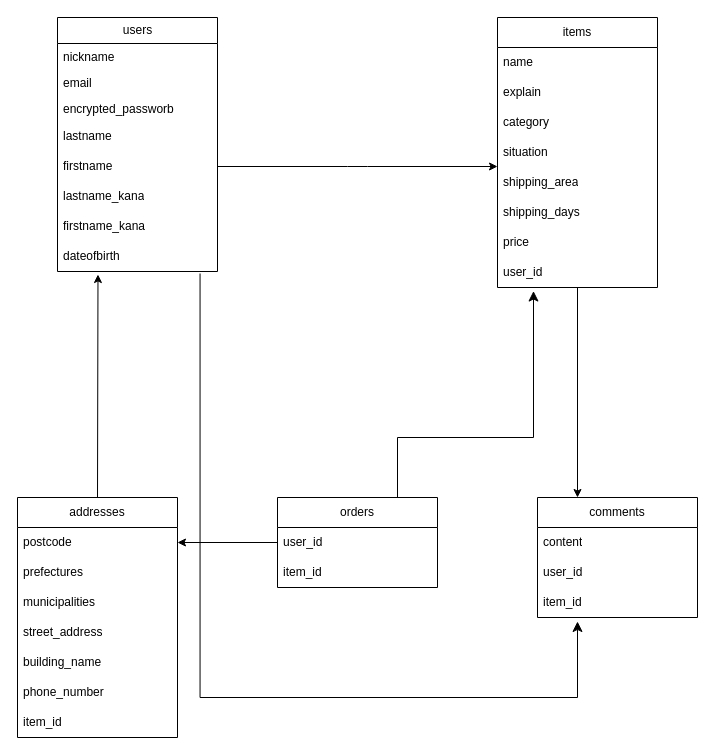
Before: furima.dio in Yoshidamouth/furima-40908, a draw.io diagram. Source tidied: cells renumbered, new cells numbered last; positions are measured from the earlier drawing's top-left corner, leaving out a move shared by most shapes. Both pictures are drawn from the tidied source at 100%, with x=0, y=0 at pixel (17, 17).
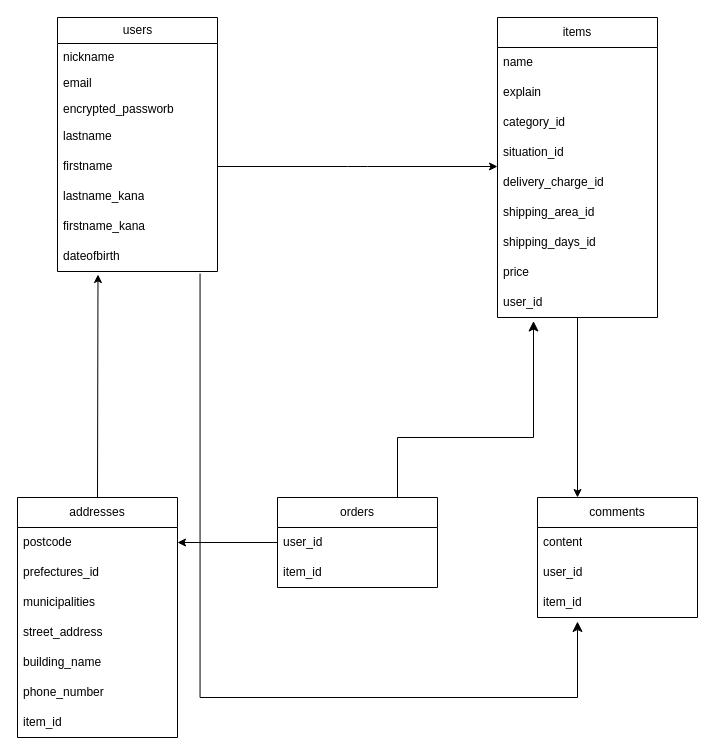
The same page after the edit.

Commit message (it also covers changes not shown here):
データベース設計 訂正

The change refers to these unchanged cells:
```xml
<mxCell id="22" value="addresses" style="swimlane;fontStyle=0;horizontal=1;startSize=30;whiteSpace=wrap;html=1;" parent="1" vertex="1">
  <mxGeometry y="480" width="160" height="240" as="geometry" />
</mxCell>
```

What changed in the source:
```diff
@@
     <mxCell id="12" value="items" style="swimlane;fontStyle=0;horizontal=1;startSize=30;whiteSpace=wrap;html=1;" parent="1" vertex="1">
-      <mxGeometry x="480" width="160" height="270" as="geometry" />
+      <mxGeometry x="480" width="160" height="300" as="geometry" />
     </mxCell>
@@
-    <mxCell id="15" value="category" style="text;strokeColor=none;fillColor=none;align=left;verticalAlign=middle;spacingLeft=4;spacingRight=4;overflow=hidden;whiteSpace=wrap;html=1;" parent="12" vertex="1">
+    <mxCell id="15" value="category_id" style="text;strokeColor=none;fillColor=none;align=left;verticalAlign=middle;spacingLeft=4;spacingRight=4;overflow=hidden;whiteSpace=wrap;html=1;" parent="12" vertex="1">
       <mxGeometry y="90" width="160" height="30" as="geometry" />
     </mxCell>
-    <mxCell id="16" value="situation" style="text;strokeColor=none;fillColor=none;align=left;verticalAlign=middle;spacingLeft=4;spacingRight=4;overflow=hidden;whiteSpace=wrap;html=1;" parent="12" vertex="1">
+    <mxCell id="16" value="situation_id" style="text;strokeColor=none;fillColor=none;align=left;verticalAlign=middle;spacingLeft=4;spacingRight=4;overflow=hidden;whiteSpace=wrap;html=1;" parent="12" vertex="1">
       <mxGeometry y="120" width="160" height="30" as="geometry" />
     </mxCell>
+    <mxCell id="41" value="delivery_charge_id" style="text;strokeColor=none;fillColor=none;align=left;verticalAlign=middle;spacingLeft=4;spacingRight=4;overflow=hidden;whiteSpace=wrap;html=1;" parent="12" vertex="1">
+      <mxGeometry y="150" width="160" height="30" as="geometry" />
+    </mxCell>
-    <mxCell id="17" value="shipping_area" style="text;strokeColor=none;fillColor=none;align=left;verticalAlign=middle;spacingLeft=4;spacingRight=4;overflow=hidden;whiteSpace=wrap;html=1;" parent="12" vertex="1">
-      <mxGeometry y="150" width="160" height="30" as="geometry" />
+    <mxCell id="17" value="shipping_area_id" style="text;strokeColor=none;fillColor=none;align=left;verticalAlign=middle;spacingLeft=4;spacingRight=4;overflow=hidden;whiteSpace=wrap;html=1;" parent="12" vertex="1">
+      <mxGeometry y="180" width="160" height="30" as="geometry" />
     </mxCell>
-    <mxCell id="18" value="shipping_days" style="text;strokeColor=none;fillColor=none;align=left;verticalAlign=middle;spacingLeft=4;spacingRight=4;overflow=hidden;whiteSpace=wrap;html=1;" parent="12" vertex="1">
-      <mxGeometry y="180" width="160" height="30" as="geometry" />
+    <mxCell id="18" value="shipping_days_id" style="text;strokeColor=none;fillColor=none;align=left;verticalAlign=middle;spacingLeft=4;spacingRight=4;overflow=hidden;whiteSpace=wrap;html=1;" parent="12" vertex="1">
+      <mxGeometry y="210" width="160" height="30" as="geometry" />
     </mxCell>
     <mxCell id="19" value="price" style="text;strokeColor=none;fillColor=none;align=left;verticalAlign=middle;spacingLeft=4;spacingRight=4;overflow=hidden;whiteSpace=wrap;html=1;" parent="12" vertex="1">
-      <mxGeometry y="210" width="160" height="30" as="geometry" />
+      <mxGeometry y="240" width="160" height="30" as="geometry" />
     </mxCell>
     <mxCell id="20" value="user_id" style="text;strokeColor=none;fillColor=none;align=left;verticalAlign=middle;spacingLeft=4;spacingRight=4;overflow=hidden;points=[[0,0.5],[1,0.5]];portConstraint=eastwest;whiteSpace=wrap;html=1;" parent="12" vertex="1">
-      <mxGeometry y="240" width="160" height="30" as="geometry" />
+      <mxGeometry y="270" width="160" height="30" as="geometry" />
     </mxCell>
@@
-    <mxCell id="24" value="prefectures" style="text;strokeColor=none;fillColor=none;align=left;verticalAlign=middle;spacingLeft=4;spacingRight=4;overflow=hidden;whiteSpace=wrap;html=1;" parent="22" vertex="1">
+    <mxCell id="24" value="prefectures_id" style="text;strokeColor=none;fillColor=none;align=left;verticalAlign=middle;spacingLeft=4;spacingRight=4;overflow=hidden;whiteSpace=wrap;html=1;" parent="22" vertex="1">
       <mxGeometry y="60" width="160" height="30" as="geometry" />
     </mxCell>
```
